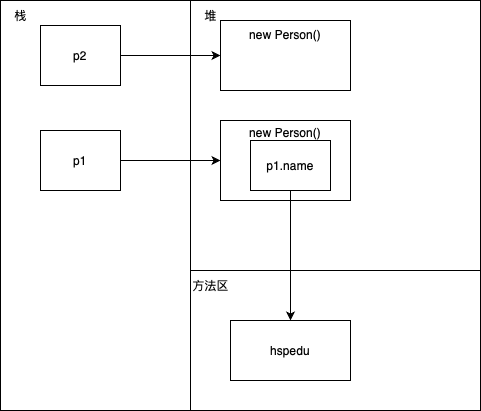
Stolorzs/Picgo keeps this draw.io diagram as drawio/White.png. Above is the earlier version. Source tidied: cells renumbered, new cells last; positions are measured from the earlier drawing's top-left corner, leaving out a move shared by most shapes.
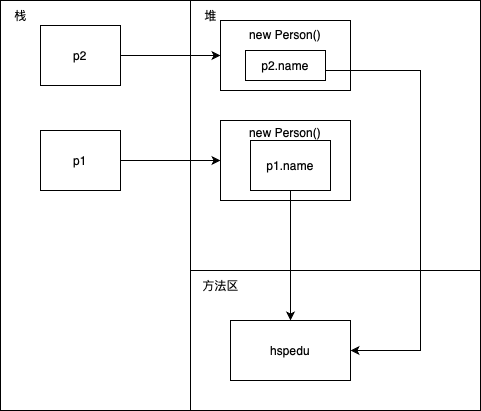
After the commit.

Change to the diagram source:
```diff
@@ -45,7 +45,18 @@
       <mxGeometry x="190" width="40" height="30" as="geometry" />
     </mxCell>
     <mxCell id="16" value="方法区" style="text;html=1;align=center;verticalAlign=middle;strokeColor=none;fillColor=none;" parent="1" vertex="1">
-      <mxGeometry x="180" y="270" width="60" height="30" as="geometry" />
+      <mxGeometry x="190" y="270" width="60" height="30" as="geometry" />
     </mxCell>
+    <mxCell id="17" style="edgeStyle=orthogonalEdgeStyle;rounded=0;jettySize=auto;html=1;entryX=1;entryY=0.5;entryDx=0;entryDy=0;" parent="1" edge="1" source="18" target="8">
+      <mxGeometry relative="1" as="geometry">
+        <Array as="points">
+          <mxPoint x="420" y="70" />
+          <mxPoint x="420" y="350" />
+        </Array>
+      </mxGeometry>
+    </mxCell>
+    <mxCell id="18" value="p2.name" style="rounded=0;whiteSpace=wrap;html=1;" parent="1" vertex="1">
+      <mxGeometry x="245" y="50" width="80" height="30" as="geometry" />
+    </mxCell>
   </root>
 </mxGraphModel>
```
